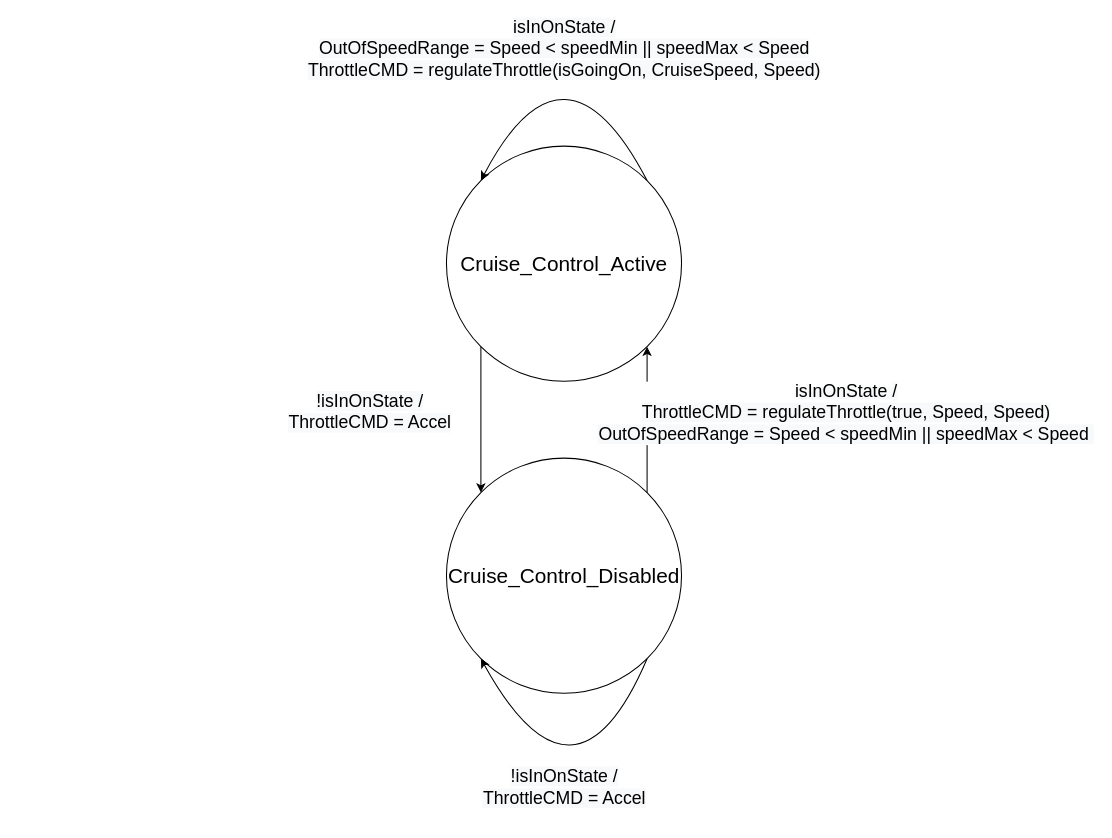
The draw.io diagram Diagrams/FSMs/Speed Control_FSM.drawio in jacoballen4534/Cruise-Controller, before the edit. Source tidied: cells renumbered, new cells numbered last; positions are measured from the earlier drawing's top-left corner, leaving out a move shared by most shapes. Both pictures are drawn from the tidied source at 104%, with x=0, y=0 at pixel (446, 21).
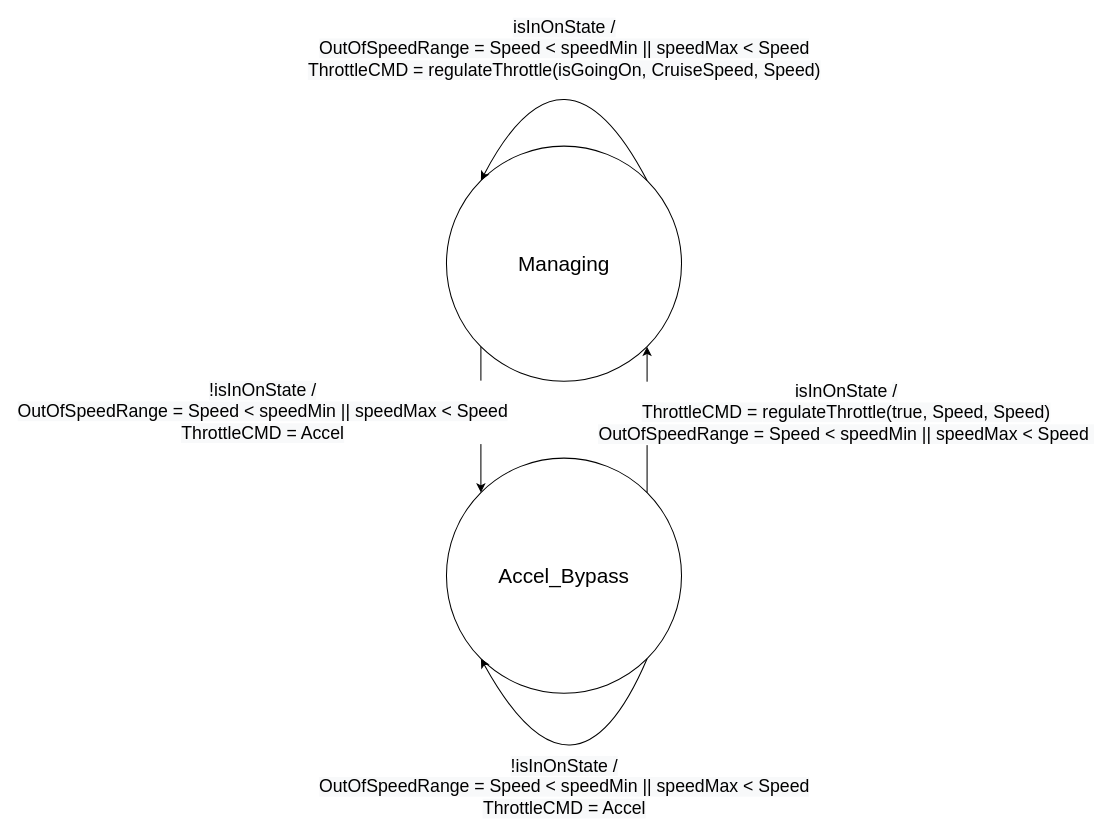
The same page after the edit.

The edit, as a diff of the source:
```diff
@@
 <mxGraphModel>
   <root>
     <mxCell id="0" />
     <mxCell id="1" parent="0" />
-    <mxCell id="2" value="&lt;font style=&quot;font-size: 20px&quot;&gt;Cruise_Control_Active&lt;/font&gt;" style="ellipse;whiteSpace=wrap;html=1;" parent="1" vertex="1">
+    <mxCell id="2" value="&lt;font style=&quot;font-size: 20px&quot;&gt;Managing&lt;/font&gt;" style="ellipse;whiteSpace=wrap;html=1;" parent="1" vertex="1">
       <mxGeometry x="-0.2" y="120" width="226" height="226" as="geometry" />
     </mxCell>
-    <mxCell id="3" value="&lt;font style=&quot;font-size: 20px&quot;&gt;Cruise_Control_Disabled&lt;br&gt;&lt;/font&gt;" style="ellipse;whiteSpace=wrap;html=1;" parent="1" vertex="1">
+    <mxCell id="3" value="&lt;font style=&quot;font-size: 20px&quot;&gt;Accel_Bypass&lt;br&gt;&lt;/font&gt;" style="ellipse;whiteSpace=wrap;html=1;" parent="1" vertex="1">
       <mxGeometry x="-0.2" y="420" width="226" height="226" as="geometry" />
     </mxCell>
     <mxCell id="4" style="curved=1;endArrow=classic;html=1;entryX=0;entryY=0;entryDx=0;entryDy=0;exitX=1;exitY=0;exitDx=0;exitDy=0;" parent="1" edge="1" source="2" target="2">
       <mxGeometry relative="1" as="geometry">
         <Array as="points">
           <mxPoint x="113" />
         </Array>
       </mxGeometry>
     </mxCell>
     <mxCell id="5" value="&lt;span style=&quot;font-size: 17px ; background-color: rgb(248 , 249 , 250)&quot;&gt;isInOnState&amp;nbsp;&lt;/span&gt;&lt;span style=&quot;font-size: 17px ; background-color: rgb(248 , 249 , 250)&quot;&gt;/&lt;br&gt;&lt;/span&gt;&lt;span style=&quot;font-size: 17px ; background-color: rgb(248 , 249 , 250)&quot;&gt;OutOfSpeedRange = Speed &amp;lt; speedMin || speedMax &amp;lt; S&lt;/span&gt;&lt;span style=&quot;font-size: 17px ; background-color: rgb(248 , 249 , 250)&quot;&gt;peed&lt;br&gt;&lt;/span&gt;&lt;span style=&quot;font-family: &amp;#34;helvetica&amp;#34; ; font-size: 17px ; background-color: rgb(248 , 249 , 250)&quot;&gt;ThrottleCMD =&amp;nbsp;&lt;/span&gt;&lt;span style=&quot;font-family: &amp;#34;helvetica&amp;#34; ; font-size: 17px ; background-color: rgb(248 , 249 , 250)&quot;&gt;regulateThrottle(isGoingOn, CruiseSpeed, Speed)&lt;/span&gt;&lt;span style=&quot;font-size: 17px ; background-color: rgb(248 , 249 , 250)&quot;&gt;&lt;br&gt;&lt;/span&gt;" style="edgeLabel;html=1;align=center;verticalAlign=middle;" parent="4" vertex="1">
       <mxGeometry x="-0.43" y="30" relative="1" as="geometry">
         <mxPoint x="-8" y="-54" as="offset" />
       </mxGeometry>
     </mxCell>
     <mxCell id="6" style="endArrow=classic;html=1;exitX=1;exitY=0;exitDx=0;exitDy=0;entryX=1;entryY=1;entryDx=0;entryDy=0;" parent="1" edge="1" source="3" target="2">
       <mxGeometry relative="1" as="geometry" />
     </mxCell>
     <mxCell id="7" value="&lt;span style=&quot;background-color: rgb(248 , 249 , 250)&quot;&gt;&lt;font style=&quot;font-size: 17px&quot;&gt;isInOnState&amp;nbsp;&lt;/font&gt;&lt;/span&gt;&lt;span style=&quot;font-size: 17px ; background-color: rgb(248 , 249 , 250)&quot;&gt;/&lt;br&gt;&lt;/span&gt;&lt;span style=&quot;font-size: 17px ; background-color: rgb(248 , 249 , 250)&quot;&gt;ThrottleCMD = &lt;/span&gt;&lt;span style=&quot;font-size: 17px ; background-color: rgb(248 , 249 , 250)&quot;&gt;regulateThrottle(true, Speed, Speed)&lt;br&gt;OutOfSpeedRange = Speed &amp;lt; speedMin || speedMax &amp;lt; S&lt;/span&gt;&lt;span style=&quot;font-size: 17px ; background-color: rgb(248 , 249 , 250)&quot;&gt;peed&amp;nbsp;&lt;/span&gt;&lt;span style=&quot;font-size: 17px ; background-color: rgb(248 , 249 , 250)&quot;&gt;&lt;br&gt;&lt;/span&gt;" style="edgeLabel;html=1;align=center;verticalAlign=middle;" parent="6" vertex="1">
       <mxGeometry x="-0.18" y="6" relative="1" as="geometry">
         <mxPoint x="196.3" y="-19.2" as="offset" />
       </mxGeometry>
     </mxCell>
     <mxCell id="8" style="curved=1;endArrow=classic;html=1;exitX=1;exitY=1;exitDx=0;exitDy=0;entryX=0;entryY=1;entryDx=0;entryDy=0;" parent="1" edge="1" source="3" target="3">
       <mxGeometry relative="1" as="geometry">
         <Array as="points">
           <mxPoint x="123" y="776" />
         </Array>
       </mxGeometry>
     </mxCell>
-    <mxCell id="9" value="&lt;span style=&quot;font-family: &amp;#34;helvetica&amp;#34; ; font-size: 17px ; background-color: rgb(248 , 249 , 250)&quot;&gt;!&lt;/span&gt;&lt;span style=&quot;font-size: 17px ; background-color: rgb(248 , 249 , 250)&quot;&gt;isInOnState&amp;nbsp;&lt;/span&gt;&lt;span style=&quot;font-family: &amp;#34;helvetica&amp;#34; ; font-size: 17px ; background-color: rgb(248 , 249 , 250)&quot;&gt;/ &lt;br&gt;&lt;/span&gt;&lt;span style=&quot;font-size: 17px ; background-color: rgb(248 , 249 , 250)&quot;&gt;ThrottleCMD = Accel&lt;/span&gt;" style="edgeLabel;html=1;align=center;verticalAlign=middle;" parent="8" vertex="1">
+    <mxCell id="9" value="&lt;span style=&quot;font-family: &amp;#34;helvetica&amp;#34; ; font-size: 17px ; background-color: rgb(248 , 249 , 250)&quot;&gt;!&lt;/span&gt;&lt;span style=&quot;font-size: 17px ; background-color: rgb(248 , 249 , 250)&quot;&gt;isInOnState&amp;nbsp;&lt;/span&gt;&lt;span style=&quot;font-family: &amp;#34;helvetica&amp;#34; ; font-size: 17px ; background-color: rgb(248 , 249 , 250)&quot;&gt;/ &lt;br&gt;&lt;/span&gt;&lt;span style=&quot;font-size: 17px ; background-color: rgb(248 , 249 , 250)&quot;&gt;OutOfSpeedRange = Speed &amp;lt; speedMin || speedMax &amp;lt; S&lt;/span&gt;&lt;span style=&quot;font-size: 17px ; background-color: rgb(248 , 249 , 250)&quot;&gt;peed&lt;br&gt;&lt;/span&gt;&lt;span style=&quot;font-size: 17px ; background-color: rgb(248 , 249 , 250)&quot;&gt;ThrottleCMD = Accel&lt;/span&gt;" style="edgeLabel;html=1;align=center;verticalAlign=middle;" parent="8" vertex="1">
       <mxGeometry x="-0.49" y="-16" relative="1" as="geometry">
         <mxPoint x="-29" y="44.8" as="offset" />
       </mxGeometry>
     </mxCell>
     <mxCell id="10" style="endArrow=classic;html=1;entryX=0;entryY=0;entryDx=0;entryDy=0;exitX=0;exitY=1;exitDx=0;exitDy=0;" parent="1" edge="1" source="2" target="3">
       <mxGeometry relative="1" as="geometry" />
     </mxCell>
-    <mxCell id="11" value="&lt;font style=&quot;font-size: 17px&quot;&gt;&lt;span style=&quot;background-color: rgb(248 , 249 , 250)&quot;&gt;!isInOnState&amp;nbsp;&lt;/span&gt;&lt;span style=&quot;background-color: rgb(248 , 249 , 250)&quot;&gt;&lt;font face=&quot;helvetica&quot; style=&quot;font-size: 17px&quot;&gt;/&lt;br&gt;&lt;/font&gt;&lt;/span&gt;&lt;span style=&quot;background-color: rgb(248 , 249 , 250)&quot;&gt;ThrottleCMD = Accel&lt;/span&gt;&lt;/font&gt;&lt;span style=&quot;font-size: 17px ; background-color: rgb(248 , 249 , 250)&quot;&gt;&lt;br&gt;&lt;/span&gt;" style="edgeLabel;html=1;align=center;verticalAlign=middle;" parent="10" vertex="1">
+    <mxCell id="11" value="&lt;font style=&quot;font-size: 17px&quot;&gt;&lt;span style=&quot;background-color: rgb(248 , 249 , 250)&quot;&gt;!isInOnState&amp;nbsp;&lt;/span&gt;&lt;span style=&quot;background-color: rgb(248 , 249 , 250)&quot;&gt;&lt;font face=&quot;helvetica&quot; style=&quot;font-size: 17px&quot;&gt;/&lt;br&gt;&lt;/font&gt;&lt;/span&gt;&lt;span style=&quot;background-color: rgb(248 , 249 , 250)&quot;&gt;OutOfSpeedRange = Speed &amp;lt; speedMin || speedMax &amp;lt; S&lt;/span&gt;&lt;span style=&quot;background-color: rgb(248 , 249 , 250)&quot;&gt;peed&lt;br&gt;&lt;/span&gt;&lt;span style=&quot;background-color: rgb(248 , 249 , 250)&quot;&gt;ThrottleCMD = Accel&lt;/span&gt;&lt;/font&gt;&lt;span style=&quot;font-size: 17px ; background-color: rgb(248 , 249 , 250)&quot;&gt;&lt;br&gt;&lt;/span&gt;" style="edgeLabel;html=1;align=center;verticalAlign=middle;" parent="10" vertex="1">
       <mxGeometry x="0.26" y="1" relative="1" as="geometry">
-        <mxPoint x="-107.9" y="-25.2" as="offset" />
+        <mxPoint x="-210.9" y="-25.2" as="offset" />
       </mxGeometry>
     </mxCell>
   </root>
 </mxGraphModel>
```
